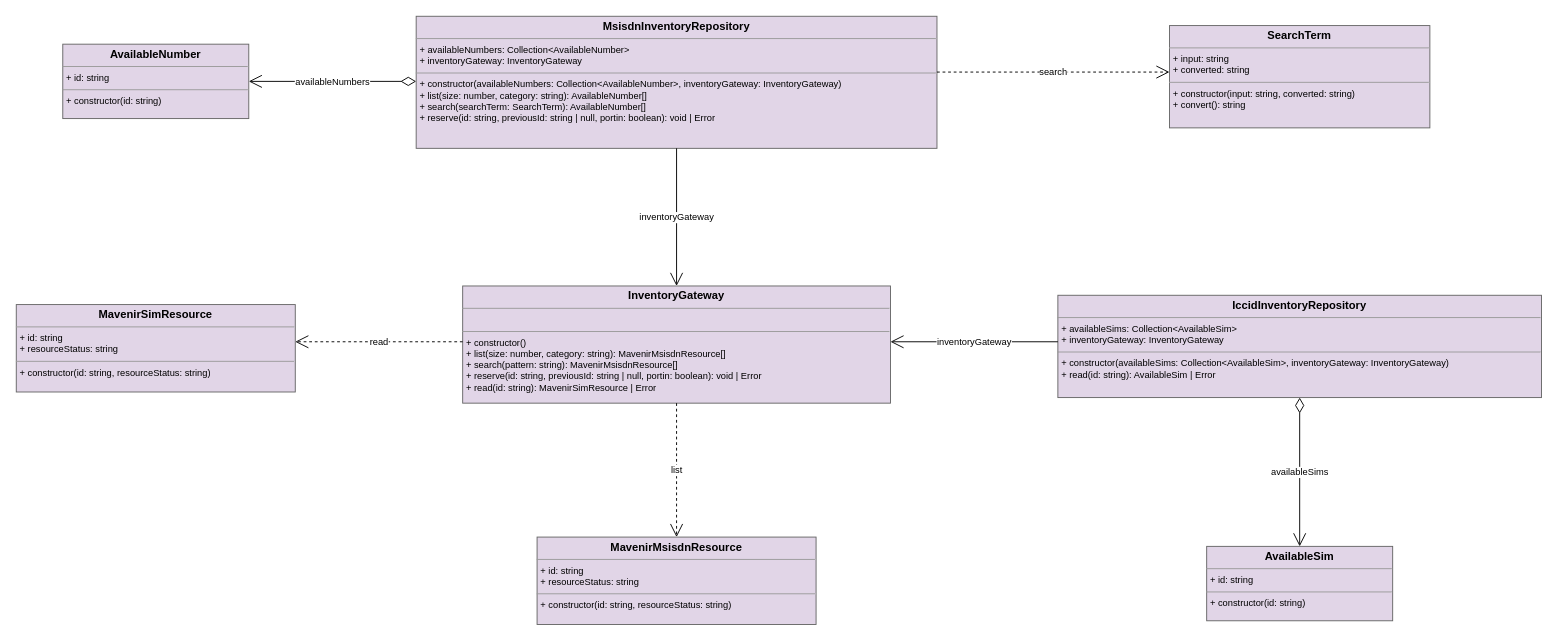
The draw.io diagram cdd_guidance/practices/clean_engineering/model/_examples/actual/from-typescript/to-drawio/number/numbers.drawio in abd-works/abd-context-driven-delivery, before the edit. Source tidied: cells renumbered, new cells numbered last; positions are measured from the earlier drawing's top-left corner, leaving out a move shared by most shapes. Both pictures are drawn from the tidied source at 93%, with x=0, y=0 at pixel (16, 16).
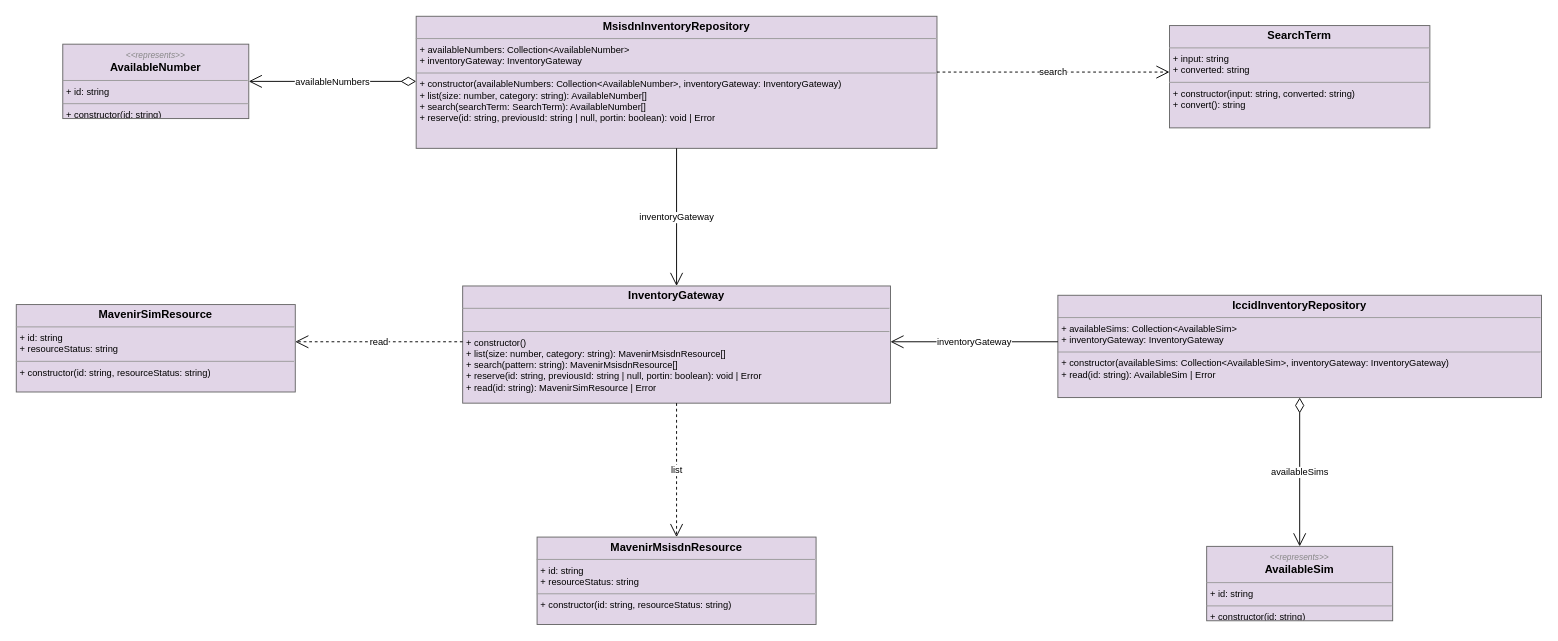
The same diagram, later.

Diff of the diagram source:
```diff
@@
 <mxGraphModel>
   <root>
     <mxCell id="0" />
     <mxCell id="1" parent="0" />
     <mxCell id="2" value="&lt;p style=&quot;margin:0px;margin-top:4px;text-align:center;&quot;&gt;&lt;b&gt;MsisdnInventoryRepository&lt;/b&gt;&lt;/p&gt;&lt;hr size=&quot;1&quot;/&gt;&lt;p style=&quot;margin:0px;margin-left:4px;font-size:10px;&quot;&gt;+ availableNumbers: Collection&amp;lt;AvailableNumber&amp;gt;&lt;br/&gt;+ inventoryGateway: InventoryGateway&lt;br/&gt;&lt;/p&gt;&lt;hr size=&quot;1&quot;/&gt;&lt;p style=&quot;margin:0px;margin-left:4px;font-size:10px;&quot;&gt;+ constructor(availableNumbers: Collection&amp;lt;AvailableNumber&amp;gt;, inventoryGateway: InventoryGateway)&lt;br/&gt;+ list(size: number, category: string): AvailableNumber[]&lt;br/&gt;+ search(searchTerm: SearchTerm): AvailableNumber[]&lt;br/&gt;+ reserve(id: string, previousId: string | null, portin: boolean): void | Error&lt;br/&gt;&lt;/p&gt;" style="verticalAlign=top;align=left;overflow=fill;fontSize=12;fontFamily=Helvetica;html=1;whiteSpace=wrap;fillColor=#e1d5e7;strokeColor=#666666;module=Numbers and SIMs;" parent="1" vertex="1">
       <mxGeometry x="430" width="560" height="142" as="geometry" />
     </mxCell>
     <mxCell id="3" value="&lt;p style=&quot;margin:0px;margin-top:4px;text-align:center;&quot;&gt;&lt;b&gt;IccidInventoryRepository&lt;/b&gt;&lt;/p&gt;&lt;hr size=&quot;1&quot;/&gt;&lt;p style=&quot;margin:0px;margin-left:4px;font-size:10px;&quot;&gt;+ availableSims: Collection&amp;lt;AvailableSim&amp;gt;&lt;br/&gt;+ inventoryGateway: InventoryGateway&lt;br/&gt;&lt;/p&gt;&lt;hr size=&quot;1&quot;/&gt;&lt;p style=&quot;margin:0px;margin-left:4px;font-size:10px;&quot;&gt;+ constructor(availableSims: Collection&amp;lt;AvailableSim&amp;gt;, inventoryGateway: InventoryGateway)&lt;br/&gt;+ read(id: string): AvailableSim | Error&lt;br/&gt;&lt;/p&gt;" style="verticalAlign=top;align=left;overflow=fill;fontSize=12;fontFamily=Helvetica;html=1;whiteSpace=wrap;fillColor=#e1d5e7;strokeColor=#666666;module=Numbers and SIMs;" parent="1" vertex="1">
       <mxGeometry x="1120" y="300" width="520" height="110" as="geometry" />
     </mxCell>
-    <mxCell id="4" value="&lt;p style=&quot;margin:0px;margin-top:4px;text-align:center;&quot;&gt;&lt;b&gt;AvailableNumber&lt;/b&gt;&lt;/p&gt;&lt;hr size=&quot;1&quot;/&gt;&lt;p style=&quot;margin:0px;margin-left:4px;font-size:10px;&quot;&gt;+ id: string&lt;br/&gt;&lt;/p&gt;&lt;hr size=&quot;1&quot;/&gt;&lt;p style=&quot;margin:0px;margin-left:4px;font-size:10px;&quot;&gt;+ constructor(id: string)&lt;br/&gt;&lt;/p&gt;" style="verticalAlign=top;align=left;overflow=fill;fontSize=12;fontFamily=Helvetica;html=1;whiteSpace=wrap;fillColor=#e1d5e7;strokeColor=#666666;module=Numbers and SIMs;" parent="1" vertex="1">
+    <mxCell id="4" value="&lt;p style=&quot;margin:0px;margin-top:4px;text-align:center;&quot;&gt;&lt;i style=&quot;font-size:9px;color:#888;&quot;&gt;&amp;lt;&amp;lt;represents&amp;gt;&amp;gt;&lt;/i&gt;&lt;br/&gt;&lt;b&gt;AvailableNumber&lt;/b&gt;&lt;/p&gt;&lt;hr size=&quot;1&quot;/&gt;&lt;p style=&quot;margin:0px;margin-left:4px;font-size:10px;&quot;&gt;+ id: string&lt;br/&gt;&lt;/p&gt;&lt;hr size=&quot;1&quot;/&gt;&lt;p style=&quot;margin:0px;margin-left:4px;font-size:10px;&quot;&gt;+ constructor(id: string)&lt;br/&gt;&lt;/p&gt;" style="verticalAlign=top;align=left;overflow=fill;fontSize=12;fontFamily=Helvetica;html=1;whiteSpace=wrap;fillColor=#e1d5e7;strokeColor=#666666;module=Numbers and SIMs;" parent="1" vertex="1">
       <mxGeometry x="50" y="30" width="200" height="80" as="geometry" />
     </mxCell>
-    <mxCell id="5" value="&lt;p style=&quot;margin:0px;margin-top:4px;text-align:center;&quot;&gt;&lt;b&gt;AvailableSim&lt;/b&gt;&lt;/p&gt;&lt;hr size=&quot;1&quot;/&gt;&lt;p style=&quot;margin:0px;margin-left:4px;font-size:10px;&quot;&gt;+ id: string&lt;br/&gt;&lt;/p&gt;&lt;hr size=&quot;1&quot;/&gt;&lt;p style=&quot;margin:0px;margin-left:4px;font-size:10px;&quot;&gt;+ constructor(id: string)&lt;br/&gt;&lt;/p&gt;" style="verticalAlign=top;align=left;overflow=fill;fontSize=12;fontFamily=Helvetica;html=1;whiteSpace=wrap;fillColor=#e1d5e7;strokeColor=#666666;module=Numbers and SIMs;" parent="1" vertex="1">
+    <mxCell id="5" value="&lt;p style=&quot;margin:0px;margin-top:4px;text-align:center;&quot;&gt;&lt;i style=&quot;font-size:9px;color:#888;&quot;&gt;&amp;lt;&amp;lt;represents&amp;gt;&amp;gt;&lt;/i&gt;&lt;br/&gt;&lt;b&gt;AvailableSim&lt;/b&gt;&lt;/p&gt;&lt;hr size=&quot;1&quot;/&gt;&lt;p style=&quot;margin:0px;margin-left:4px;font-size:10px;&quot;&gt;+ id: string&lt;br/&gt;&lt;/p&gt;&lt;hr size=&quot;1&quot;/&gt;&lt;p style=&quot;margin:0px;margin-left:4px;font-size:10px;&quot;&gt;+ constructor(id: string)&lt;br/&gt;&lt;/p&gt;" style="verticalAlign=top;align=left;overflow=fill;fontSize=12;fontFamily=Helvetica;html=1;whiteSpace=wrap;fillColor=#e1d5e7;strokeColor=#666666;module=Numbers and SIMs;" parent="1" vertex="1">
       <mxGeometry x="1280" y="570" width="200" height="80" as="geometry" />
     </mxCell>
     <mxCell id="6" value="&lt;p style=&quot;margin:0px;margin-top:4px;text-align:center;&quot;&gt;&lt;b&gt;SearchTerm&lt;/b&gt;&lt;/p&gt;&lt;hr size=&quot;1&quot;/&gt;&lt;p style=&quot;margin:0px;margin-left:4px;font-size:10px;&quot;&gt;+ input: string&lt;br/&gt;+ converted: string&lt;br/&gt;&lt;/p&gt;&lt;hr size=&quot;1&quot;/&gt;&lt;p style=&quot;margin:0px;margin-left:4px;font-size:10px;&quot;&gt;+ constructor(input: string, converted: string)&lt;br/&gt;+ convert(): string&lt;br/&gt;&lt;/p&gt;" style="verticalAlign=top;align=left;overflow=fill;fontSize=12;fontFamily=Helvetica;html=1;whiteSpace=wrap;fillColor=#e1d5e7;strokeColor=#666666;module=Numbers and SIMs;" parent="1" vertex="1">
       <mxGeometry x="1240" y="10" width="280" height="110" as="geometry" />
     </mxCell>
     <mxCell id="7" value="&lt;p style=&quot;margin:0px;margin-top:4px;text-align:center;&quot;&gt;&lt;b&gt;MavenirMsisdnResource&lt;/b&gt;&lt;/p&gt;&lt;hr size=&quot;1&quot;/&gt;&lt;p style=&quot;margin:0px;margin-left:4px;font-size:10px;&quot;&gt;+ id: string&lt;br/&gt;+ resourceStatus: string&lt;br/&gt;&lt;/p&gt;&lt;hr size=&quot;1&quot;/&gt;&lt;p style=&quot;margin:0px;margin-left:4px;font-size:10px;&quot;&gt;+ constructor(id: string, resourceStatus: string)&lt;br/&gt;&lt;/p&gt;" style="verticalAlign=top;align=left;overflow=fill;fontSize=12;fontFamily=Helvetica;html=1;whiteSpace=wrap;fillColor=#e1d5e7;strokeColor=#666666;module=Numbers and SIMs;" parent="1" vertex="1">
       <mxGeometry x="560" y="560" width="300" height="94" as="geometry" />
     </mxCell>
     <mxCell id="8" value="&lt;p style=&quot;margin:0px;margin-top:4px;text-align:center;&quot;&gt;&lt;b&gt;InventoryGateway&lt;/b&gt;&lt;/p&gt;&lt;hr size=&quot;1&quot;/&gt;&lt;p style=&quot;margin:0px;margin-left:4px;font-size:10px;&quot;&gt;&lt;br/&gt;&lt;/p&gt;&lt;hr size=&quot;1&quot;/&gt;&lt;p style=&quot;margin:0px;margin-left:4px;font-size:10px;&quot;&gt;+ constructor()&lt;br/&gt;+ list(size: number, category: string): MavenirMsisdnResource[]&lt;br/&gt;+ search(pattern: string): MavenirMsisdnResource[]&lt;br/&gt;+ reserve(id: string, previousId: string | null, portin: boolean): void | Error&lt;br/&gt;+ read(id: string): MavenirSimResource | Error&lt;br/&gt;&lt;/p&gt;" style="verticalAlign=top;align=left;overflow=fill;fontSize=12;fontFamily=Helvetica;html=1;whiteSpace=wrap;fillColor=#e1d5e7;strokeColor=#666666;module=Numbers and SIMs;" parent="1" vertex="1">
       <mxGeometry x="480" y="290" width="460" height="126" as="geometry" />
     </mxCell>
     <mxCell id="9" value="&lt;p style=&quot;margin:0px;margin-top:4px;text-align:center;&quot;&gt;&lt;b&gt;MavenirSimResource&lt;/b&gt;&lt;/p&gt;&lt;hr size=&quot;1&quot;/&gt;&lt;p style=&quot;margin:0px;margin-left:4px;font-size:10px;&quot;&gt;+ id: string&lt;br/&gt;+ resourceStatus: string&lt;br/&gt;&lt;/p&gt;&lt;hr size=&quot;1&quot;/&gt;&lt;p style=&quot;margin:0px;margin-left:4px;font-size:10px;&quot;&gt;+ constructor(id: string, resourceStatus: string)&lt;br/&gt;&lt;/p&gt;" style="verticalAlign=top;align=left;overflow=fill;fontSize=12;fontFamily=Helvetica;html=1;whiteSpace=wrap;fillColor=#e1d5e7;strokeColor=#666666;module=Numbers and SIMs;" parent="1" vertex="1">
       <mxGeometry y="310" width="300" height="94" as="geometry" />
     </mxCell>
     <mxCell id="10" value="availableNumbers" style="edgeStyle=orthogonalEdgeStyle;rounded=0;html=1;fontSize=10;labelBackgroundColor=#ffffff;startArrow=diamondThin;startFill=0;startSize=14;endArrow=open;endSize=12;exitX=0.0;exitY=0.493;exitDx=0;exitDy=0;exitPerimeter=0;entryX=1.0;entryY=0.5;entryDx=0;entryDy=0;entryPerimeter=0;" parent="1" edge="1" source="2" target="4">
       <mxGeometry relative="1" as="geometry" />
     </mxCell>
     <mxCell id="11" value="inventoryGateway" style="edgeStyle=orthogonalEdgeStyle;rounded=0;html=1;fontSize=10;labelBackgroundColor=#ffffff;endArrow=open;endSize=12;exitX=0.5;exitY=1.0;exitDx=0;exitDy=0;exitPerimeter=0;entryX=0.5;entryY=0.0;entryDx=0;entryDy=0;entryPerimeter=0;" parent="1" edge="1" source="2" target="8">
       <mxGeometry relative="1" as="geometry" />
     </mxCell>
     <mxCell id="12" value="availableSims" style="edgeStyle=orthogonalEdgeStyle;rounded=0;html=1;fontSize=10;labelBackgroundColor=#ffffff;startArrow=diamondThin;startFill=0;startSize=14;endArrow=open;endSize=12;exitX=0.5;exitY=1.0;exitDx=0;exitDy=0;exitPerimeter=0;entryX=0.5;entryY=0.0;entryDx=0;entryDy=0;entryPerimeter=0;" parent="1" edge="1" source="3" target="5">
       <mxGeometry relative="1" as="geometry" />
     </mxCell>
     <mxCell id="13" value="inventoryGateway" style="edgeStyle=orthogonalEdgeStyle;rounded=0;html=1;fontSize=10;labelBackgroundColor=#ffffff;endArrow=open;endSize=12;exitX=0.0;exitY=0.4545;exitDx=0;exitDy=0;exitPerimeter=0;entryX=1.0;entryY=0.4762;entryDx=0;entryDy=0;entryPerimeter=0;" parent="1" edge="1" source="3" target="8">
       <mxGeometry relative="1" as="geometry" />
     </mxCell>
     <mxCell id="14" value="list" style="edgeStyle=orthogonalEdgeStyle;rounded=0;html=1;fontSize=10;labelBackgroundColor=#ffffff;dashed=1;endArrow=open;endSize=12;exitX=0.5;exitY=1.0;exitDx=0;exitDy=0;exitPerimeter=0;entryX=0.5;entryY=0.0;entryDx=0;entryDy=0;entryPerimeter=0;" parent="1" edge="1" source="8" target="7">
       <mxGeometry relative="1" as="geometry" />
     </mxCell>
     <mxCell id="15" value="read" style="edgeStyle=orthogonalEdgeStyle;rounded=0;html=1;fontSize=10;labelBackgroundColor=#ffffff;dashed=1;endArrow=open;endSize=12;exitX=0.0;exitY=0.4762;exitDx=0;exitDy=0;exitPerimeter=0;entryX=1.0;entryY=0.4255;entryDx=0;entryDy=0;entryPerimeter=0;" parent="1" edge="1" source="8" target="9">
       <mxGeometry relative="1" as="geometry" />
     </mxCell>
     <mxCell id="16" value="search" style="edgeStyle=orthogonalEdgeStyle;rounded=0;html=1;fontSize=10;labelBackgroundColor=#ffffff;dashed=1;endArrow=open;endSize=12;exitX=1.0;exitY=0.4225;exitDx=0;exitDy=0;exitPerimeter=0;entryX=0.0;entryY=0.4545;entryDx=0;entryDy=0;entryPerimeter=0;" parent="1" edge="1" source="2" target="6">
       <mxGeometry relative="1" as="geometry" />
     </mxCell>
   </root>
 </mxGraphModel>
```
